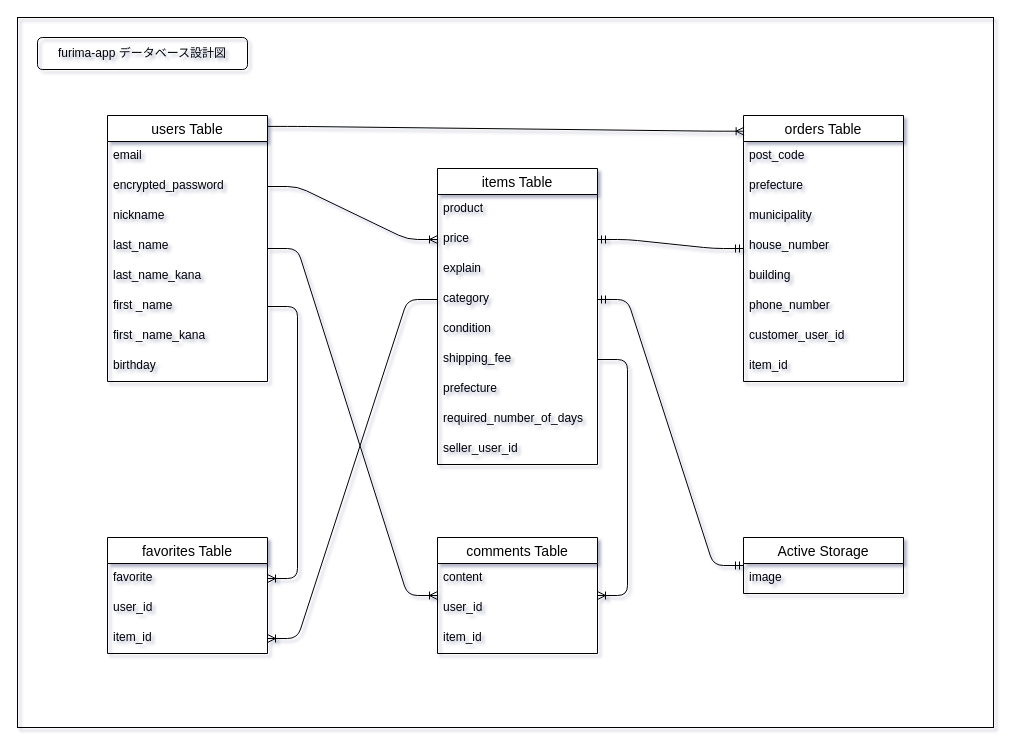
Before: データベース設計（ER図）.drawio in nagai-sho/furima-41496, a draw.io diagram. Source tidied: cells renumbered, new cells numbered last; positions are measured from the earlier drawing's top-left corner, leaving out a move shared by most shapes. Both pictures are drawn from the tidied source at 100%, with x=0, y=0 at pixel (17, 17).
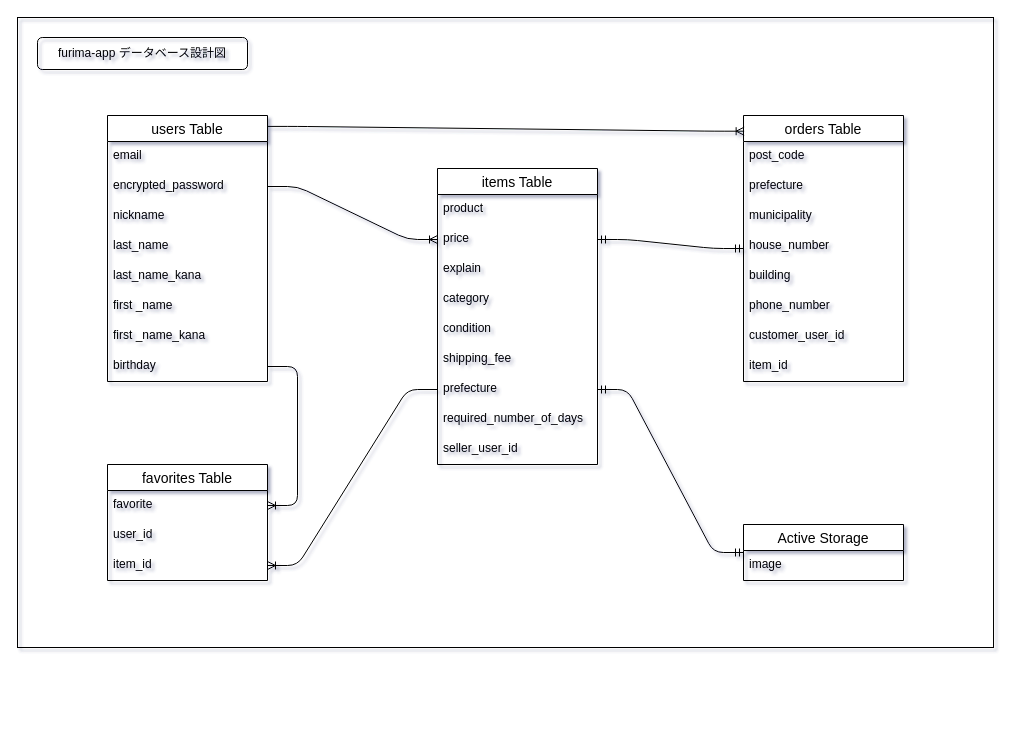
The same page after the edit.

The change refers to these unchanged cells:
```xml
<mxCell id="3" value="users Table" style="swimlane;fontStyle=0;horizontal=1;startSize=26;align=center;fontSize=14;" parent="1" vertex="1">
  <mxGeometry x="90" y="98" width="160" height="266" as="geometry" />
</mxCell>
<mxCell id="9" value="first _name" style="text;strokeColor=none;fillColor=none;spacingLeft=4;spacingRight=4;overflow=hidden;points=[[0,0.5],[1,0.5]];portConstraint=eastwest;fontSize=12;" parent="3" vertex="1">
  <mxGeometry y="176" width="160" height="30" as="geometry" />
</mxCell>
<mxCell id="11" value="birthday" style="text;strokeColor=none;fillColor=none;spacingLeft=4;spacingRight=4;overflow=hidden;points=[[0,0.5],[1,0.5]];portConstraint=eastwest;fontSize=12;" parent="3" vertex="1">
  <mxGeometry y="236" width="160" height="30" as="geometry" />
</mxCell>
<mxCell id="16" value="category" style="text;strokeColor=none;fillColor=none;spacingLeft=4;spacingRight=4;overflow=hidden;points=[[0,0.5],[1,0.5]];portConstraint=eastwest;fontSize=12;" parent="12" vertex="1">
  <mxGeometry y="116" width="160" height="30" as="geometry" />
</mxCell>
<mxCell id="18" value="shipping_fee" style="text;strokeColor=none;fillColor=none;spacingLeft=4;spacingRight=4;overflow=hidden;points=[[0,0.5],[1,0.5]];portConstraint=eastwest;fontSize=12;" parent="12" vertex="1">
  <mxGeometry y="176" width="160" height="30" as="geometry" />
</mxCell>
<mxCell id="19" value="prefecture" style="text;strokeColor=none;fillColor=none;spacingLeft=4;spacingRight=4;overflow=hidden;points=[[0,0.5],[1,0.5]];portConstraint=eastwest;fontSize=12;" parent="12" vertex="1">
  <mxGeometry y="206" width="160" height="30" as="geometry" />
</mxCell>
<mxCell id="44" value="favorite" style="text;strokeColor=none;fillColor=none;spacingLeft=4;spacingRight=4;overflow=hidden;points=[[0,0.5],[1,0.5]];portConstraint=eastwest;fontSize=12;" parent="43" vertex="1">
  <mxGeometry y="26" width="160" height="30" as="geometry" />
</mxCell>
<mxCell id="46" value="item_id" style="text;strokeColor=none;fillColor=none;spacingLeft=4;spacingRight=4;overflow=hidden;points=[[0,0.5],[1,0.5]];portConstraint=eastwest;fontSize=12;" parent="43" vertex="1">
  <mxGeometry y="86" width="160" height="30" as="geometry" />
</mxCell>
```

Diff of the diagram source:
```diff
@@
     <mxCell id="2" style="rounded=0;whiteSpace=wrap;html=1;fillColor=none;labelBackgroundColor=none;" parent="1" vertex="1">
-      <mxGeometry width="976" height="710" as="geometry" />
+      <mxGeometry width="976" height="630" as="geometry" />
     </mxCell>
@@
     <mxCell id="33" value="Active Storage" style="swimlane;fontStyle=0;horizontal=1;startSize=26;align=center;fontSize=14;" parent="1" vertex="1">
-      <mxGeometry x="726" y="520" width="160" height="56" as="geometry" />
+      <mxGeometry x="726" y="507" width="160" height="56" as="geometry" />
     </mxCell>
@@
-    <mxCell id="35" style="edgeStyle=entityRelationEdgeStyle;fontSize=12;html=1;endArrow=ERmandOne;startArrow=ERmandOne;exitX=1;exitY=0.5;exitDx=0;exitDy=0;" parent="1" edge="1" source="16" target="33">
+    <mxCell id="35" style="edgeStyle=entityRelationEdgeStyle;fontSize=12;html=1;endArrow=ERmandOne;startArrow=ERmandOne;exitX=1;exitY=0.5;exitDx=0;exitDy=0;" parent="1" edge="1" source="19" target="33">
       <mxGeometry relative="1" as="geometry" />
     </mxCell>
-    <mxCell id="36" value="comments Table" style="swimlane;fontStyle=0;horizontal=1;startSize=26;align=center;fontSize=14;" parent="1" vertex="1">
-      <mxGeometry x="420" y="520" width="160" height="116" as="geometry" />
-    </mxCell>
-    <mxCell id="37" value="content" style="text;strokeColor=none;fillColor=none;spacingLeft=4;spacingRight=4;overflow=hidden;fontSize=12;" parent="36" vertex="1">
-      <mxGeometry y="26" width="160" height="30" as="geometry" />
-    </mxCell>
-    <mxCell id="38" value="user_id" style="text;strokeColor=none;fillColor=none;spacingLeft=4;spacingRight=4;overflow=hidden;fontSize=12;" parent="36" vertex="1">
-      <mxGeometry y="56" width="160" height="30" as="geometry" />
-    </mxCell>
-    <mxCell id="39" value="item_id" style="text;strokeColor=none;fillColor=none;spacingLeft=4;spacingRight=4;overflow=hidden;fontSize=12;" parent="36" vertex="1">
-      <mxGeometry y="86" width="160" height="30" as="geometry" />
-    </mxCell>
@@
-    <mxCell id="41" style="edgeStyle=entityRelationEdgeStyle;fontSize=12;html=1;endArrow=ERoneToMany;" parent="1" edge="1" source="3" target="36">
-      <mxGeometry relative="1" as="geometry" />
-    </mxCell>
-    <mxCell id="42" style="edgeStyle=entityRelationEdgeStyle;fontSize=12;html=1;endArrow=ERoneToMany;exitX=1;exitY=0.5;exitDx=0;exitDy=0;" parent="1" edge="1" source="18" target="36">
-      <mxGeometry relative="1" as="geometry" />
-    </mxCell>
     <mxCell id="43" value="favorites Table" style="swimlane;fontStyle=0;horizontal=1;startSize=26;align=center;fontSize=14;" parent="1" vertex="1">
-      <mxGeometry x="90" y="520" width="160" height="116" as="geometry" />
+      <mxGeometry x="90" y="447" width="160" height="116" as="geometry" />
     </mxCell>
@@
-    <mxCell id="47" style="edgeStyle=entityRelationEdgeStyle;fontSize=12;html=1;endArrow=ERoneToMany;exitX=1;exitY=0.5;exitDx=0;exitDy=0;entryX=1;entryY=0.5;entryDx=0;entryDy=0;" parent="1" edge="1" source="9" target="44">
+    <mxCell id="47" style="edgeStyle=entityRelationEdgeStyle;fontSize=12;html=1;endArrow=ERoneToMany;entryX=1;entryY=0.5;entryDx=0;entryDy=0;" parent="1" edge="1" source="11" target="44">
       <mxGeometry relative="1" as="geometry" />
     </mxCell>
-    <mxCell id="48" style="edgeStyle=entityRelationEdgeStyle;fontSize=12;html=1;endArrow=ERoneToMany;exitX=0;exitY=0.5;exitDx=0;exitDy=0;entryX=1;entryY=0.5;entryDx=0;entryDy=0;" parent="1" edge="1" source="16" target="46">
+    <mxCell id="48" style="edgeStyle=entityRelationEdgeStyle;fontSize=12;html=1;endArrow=ERoneToMany;exitX=0;exitY=0.5;exitDx=0;exitDy=0;entryX=1;entryY=0.5;entryDx=0;entryDy=0;" parent="1" edge="1" source="19" target="46">
       <mxGeometry relative="1" as="geometry" />
     </mxCell>
```
